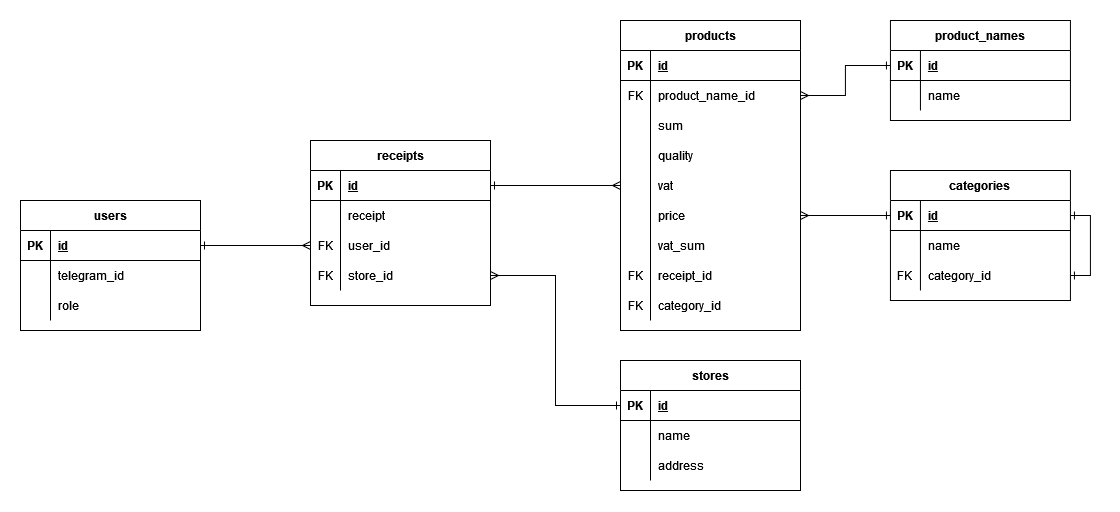
Earlier version of the draw.io export doc/erd.png (TheBandik/check-scanner). Source tidied: cells renumbered, new cells last; positions are measured from the earlier drawing's top-left corner, leaving out a move shared by most shapes.
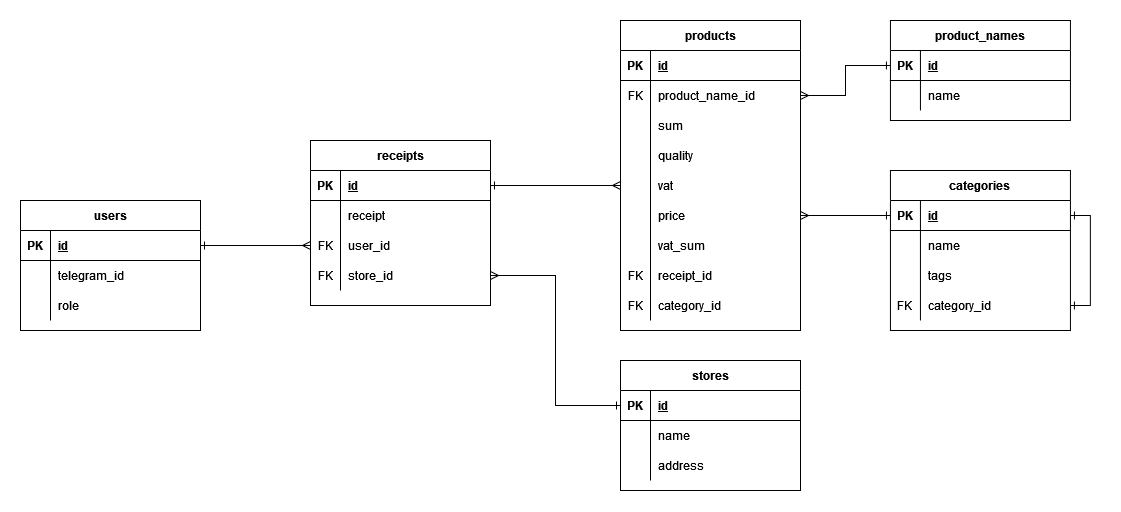
The same file after the commit.

Commit message:
Исправил ERD

Change to the diagram source:
```diff
@@ -171,7 +171,7 @@
       <mxGeometry x="600" y="180" width="180" height="30" as="geometry" />
     </mxCell>
     <mxCell id="58" value="categories" style="shape=table;startSize=30;rowLines=0;fontStyle=1;align=center;" parent="1" vertex="1">
-      <mxGeometry x="869.9" y="150" width="180" height="130" as="geometry" />
+      <mxGeometry x="869.9" y="150" width="180" height="160" as="geometry" />
     </mxCell>
     <mxCell id="59" style="shape=tableRow;horizontal=0;startSize=0;swimlaneHead=0;swimlaneBody=0;fillColor=none;points=[[0,0.5],[1,0.5]];portConstraint=eastwest;top=0;left=0;right=0;bottom=1;" parent="58" vertex="1">
       <mxGeometry y="30" width="180" height="30" as="geometry" />
@@ -194,8 +194,17 @@
     <mxCell id="65" style="edgeStyle=orthogonalEdgeStyle;rounded=0;jettySize=auto;html=1;exitX=1;exitY=0.5;exitDx=0;exitDy=0;entryX=1;entryY=0.5;entryDx=0;entryDy=0;startArrow=ERone;startFill=0;endArrow=ERone;endFill=0;" parent="58" edge="1" source="66" target="59">
       <mxGeometry relative="1" as="geometry" />
     </mxCell>
+    <mxCell id="89" style="shape=tableRow;horizontal=0;startSize=0;swimlaneHead=0;swimlaneBody=0;fillColor=none;top=0;left=0;right=0;bottom=0;" parent="58" vertex="1">
+      <mxGeometry y="90" width="180" height="30" as="geometry" />
+    </mxCell>
+    <mxCell id="90" style="shape=partialRectangle;fillColor=none;top=0;left=0;bottom=0;right=0;overflow=hidden;" parent="89" vertex="1">
+      <mxGeometry width="30" height="30" as="geometry" />
+    </mxCell>
+    <mxCell id="91" value="tags" style="shape=partialRectangle;fillColor=none;top=0;left=0;bottom=0;right=0;align=left;spacingLeft=6;overflow=hidden;" parent="89" vertex="1">
+      <mxGeometry x="30" width="150" height="30" as="geometry" />
+    </mxCell>
     <mxCell id="66" style="shape=tableRow;horizontal=0;startSize=0;swimlaneHead=0;swimlaneBody=0;fillColor=none;points=[[0,0.5],[1,0.5]];portConstraint=eastwest;top=0;left=0;right=0;bottom=0;" parent="58" vertex="1">
-      <mxGeometry y="90" width="180" height="30" as="geometry" />
+      <mxGeometry y="120" width="180" height="30" as="geometry" />
     </mxCell>
     <mxCell id="67" value="FK" style="shape=partialRectangle;fillColor=none;top=0;left=0;bottom=0;right=0;overflow=hidden;" parent="66" vertex="1">
       <mxGeometry width="30" height="30" as="geometry" />
```
